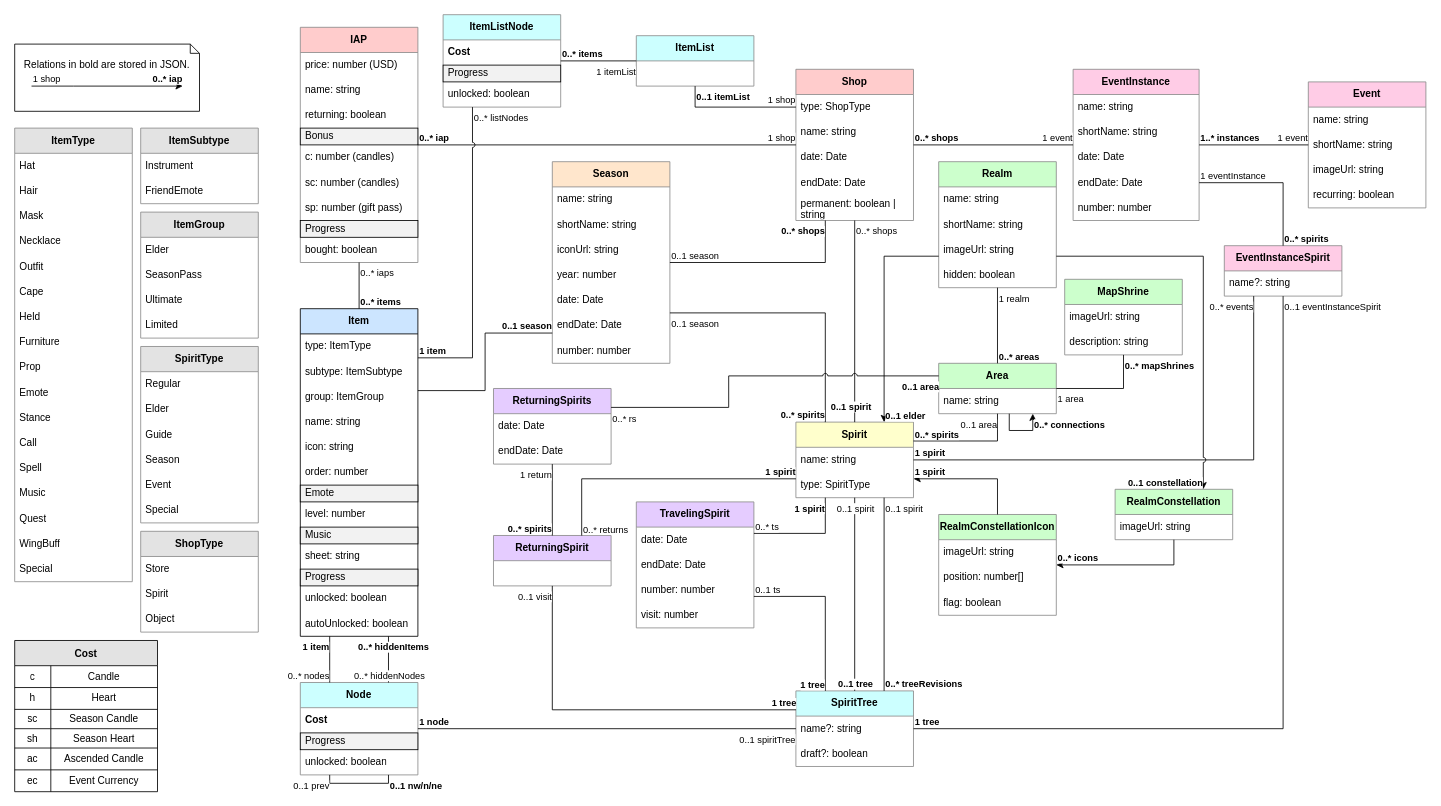
Above: diagrams/SkyPlannerData.drawio in Silverfeelin/SkyGame-Planner (draw.io), before the change. Source tidied: cells renumbered, new cells numbered last; positions are measured from the earlier drawing's top-left corner, leaving out a move shared by most shapes. Both pictures are drawn from the tidied source at 84%, with x=0, y=0 at pixel (14, 14).
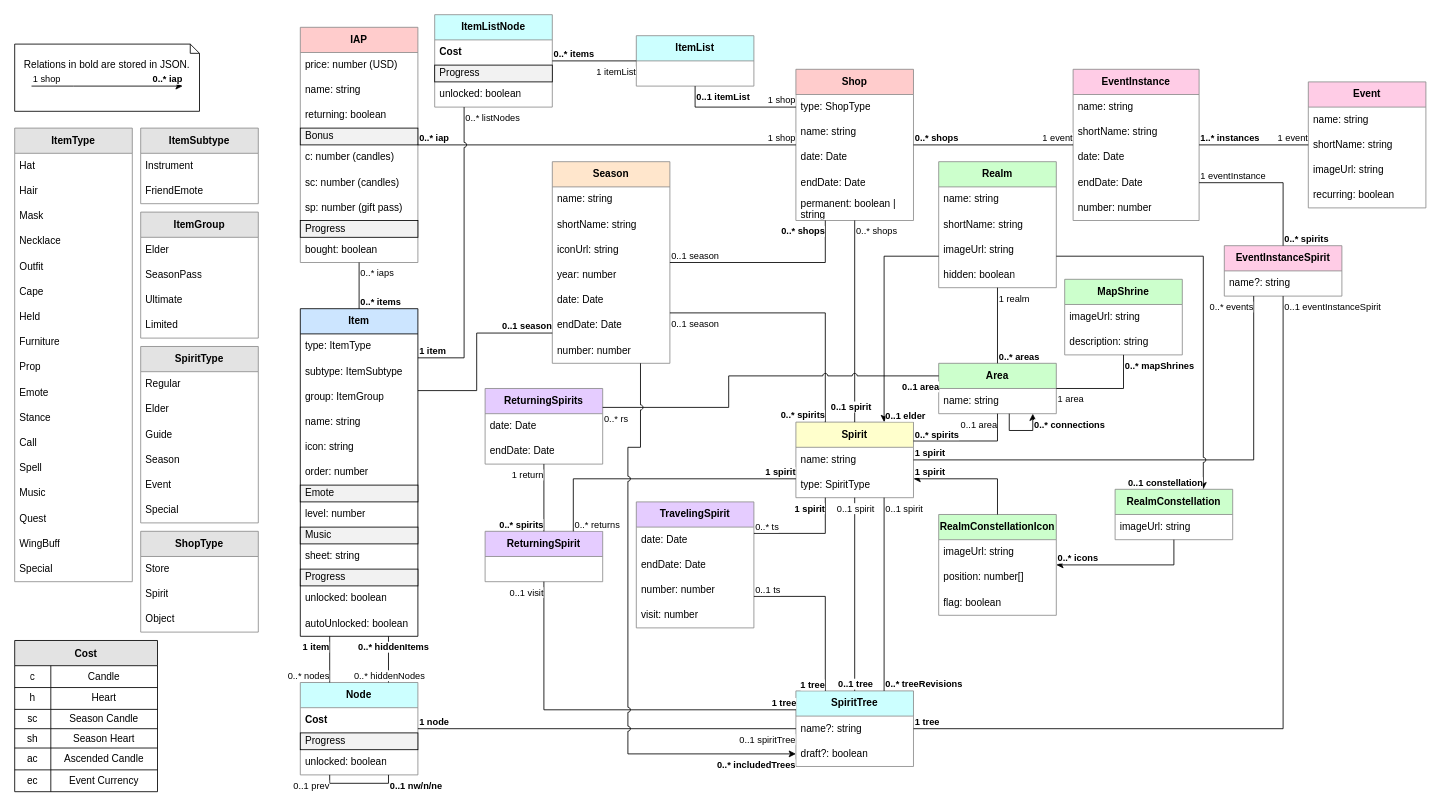
After the change.

The change refers to these unchanged cells:
```xml
<mxCell id="2" value="Item" style="swimlane;fontStyle=1;horizontal=1;startSize=30;whiteSpace=wrap;html=1;fillColor=#CCE5FF;fillStyle=auto;" parent="1" vertex="1">
  <mxGeometry x="340" y="350" width="140" height="390" as="geometry" />
</mxCell>
<mxCell id="64" value="Season" style="swimlane;fontStyle=1;horizontal=1;startSize=30;whiteSpace=wrap;html=1;fillStyle=auto;strokeColor=#8C8C8C;fillColor=#FFE6CC;" parent="1" vertex="1">
  <mxGeometry x="640" y="175" width="140" height="240" as="geometry" />
</mxCell>
<mxCell id="80" value="draft?: boolean" style="text;strokeColor=none;fillColor=none;align=left;verticalAlign=middle;spacingLeft=4;spacingRight=4;overflow=hidden;points=[[0,0.5],[1,0.5]];portConstraint=eastwest;whiteSpace=wrap;html=1;fillStyle=auto;" parent="78" vertex="1">
  <mxGeometry y="60" width="140" height="30" as="geometry" />
</mxCell>
```

Change to the diagram source:
```diff
@@
     <mxCell id="60" value="ReturningSpirits" style="swimlane;fontStyle=1;horizontal=1;startSize=30;whiteSpace=wrap;html=1;fillStyle=auto;strokeColor=#8C8C8C;fillColor=#E5CCFF;" parent="1" vertex="1">
-      <mxGeometry x="570" y="445" width="140" height="90" as="geometry" />
+      <mxGeometry x="560" y="445" width="140" height="90" as="geometry" />
     </mxCell>
@@
     <mxCell id="63" value="ReturningSpirit" style="swimlane;fontStyle=1;horizontal=1;startSize=30;whiteSpace=wrap;html=1;fillStyle=auto;strokeColor=#8C8C8C;fillColor=#E5CCFF;" parent="1" vertex="1">
-      <mxGeometry x="570" y="620" width="140" height="60" as="geometry" />
+      <mxGeometry x="560" y="615" width="140" height="60" as="geometry" />
     </mxCell>
@@
     <mxCell id="187" style="endArrow=none;html=1;rounded=0;edgeStyle=orthogonalEdgeStyle;elbow=vertical;endFill=0;exitX=0;exitY=0.85;exitDx=0;exitDy=0;entryX=1;entryY=0.25;entryDx=0;entryDy=0;" parent="1" edge="1" source="64" target="2">
-      <mxGeometry relative="1" as="geometry" />
+      <mxGeometry relative="1" as="geometry">
+        <Array as="points">
+          <mxPoint x="550" y="379" />
+          <mxPoint x="550" y="448" />
+        </Array>
+      </mxGeometry>
     </mxCell>
@@
     <mxCell id="254" value="ItemListNode" style="swimlane;fontStyle=1;horizontal=1;startSize=30;whiteSpace=wrap;html=1;fillStyle=auto;strokeColor=#8C8C8C;fillColor=#CCFFFF;" parent="1" vertex="1">
-      <mxGeometry x="510" width="140" height="110" as="geometry" />
+      <mxGeometry x="500" width="140" height="110" as="geometry" />
     </mxCell>
@@
+    <mxCell id="291" style="endArrow=classic;html=1;rounded=0;edgeStyle=orthogonalEdgeStyle;elbow=vertical;endFill=1;entryX=0;entryY=0.5;entryDx=0;entryDy=0;exitX=0.75;exitY=1;exitDx=0;exitDy=0;jumpStyle=arc;" parent="1" edge="1" source="64" target="80">
+      <mxGeometry relative="1" as="geometry">
+        <Array as="points">
+          <mxPoint x="745" y="515" />
+          <mxPoint x="730" y="515" />
+          <mxPoint x="730" y="880" />
+        </Array>
+      </mxGeometry>
+    </mxCell>
+    <mxCell id="292" value="&lt;br&gt;" style="edgeLabel;html=1;align=center;verticalAlign=middle;fillStyle=auto;strokeColor=#8C8C8C;fillColor=#E3E3E3;" parent="291" vertex="1">
+      <mxGeometry relative="1" as="geometry" />
+    </mxCell>
+    <mxCell id="293" value="0..* includedTrees" style="edgeLabel;html=1;align=right;verticalAlign=top;fillStyle=auto;strokeColor=#8C8C8C;fillColor=#E3E3E3;fontStyle=1;" parent="291" vertex="1">
+      <mxGeometry x="1" relative="1" as="geometry" />
+    </mxCell>
```
